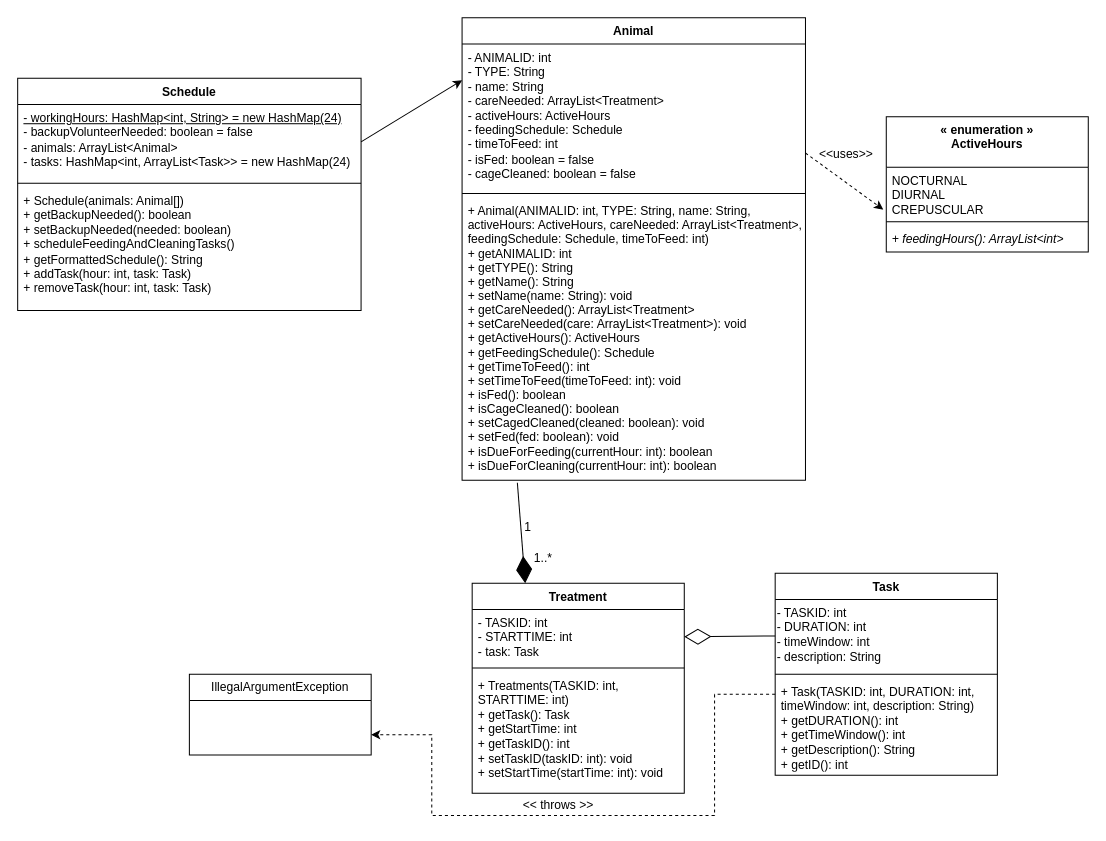
Above: 64.drawio in aryan-karadia/Mock-Schedule-Builder (draw.io), before the change. Source tidied: cells renumbered, new cells numbered last; positions are measured from the earlier drawing's top-left corner, leaving out a move shared by most shapes. Both pictures are drawn from the tidied source at 101%, with x=0, y=0 at pixel (17, 17).
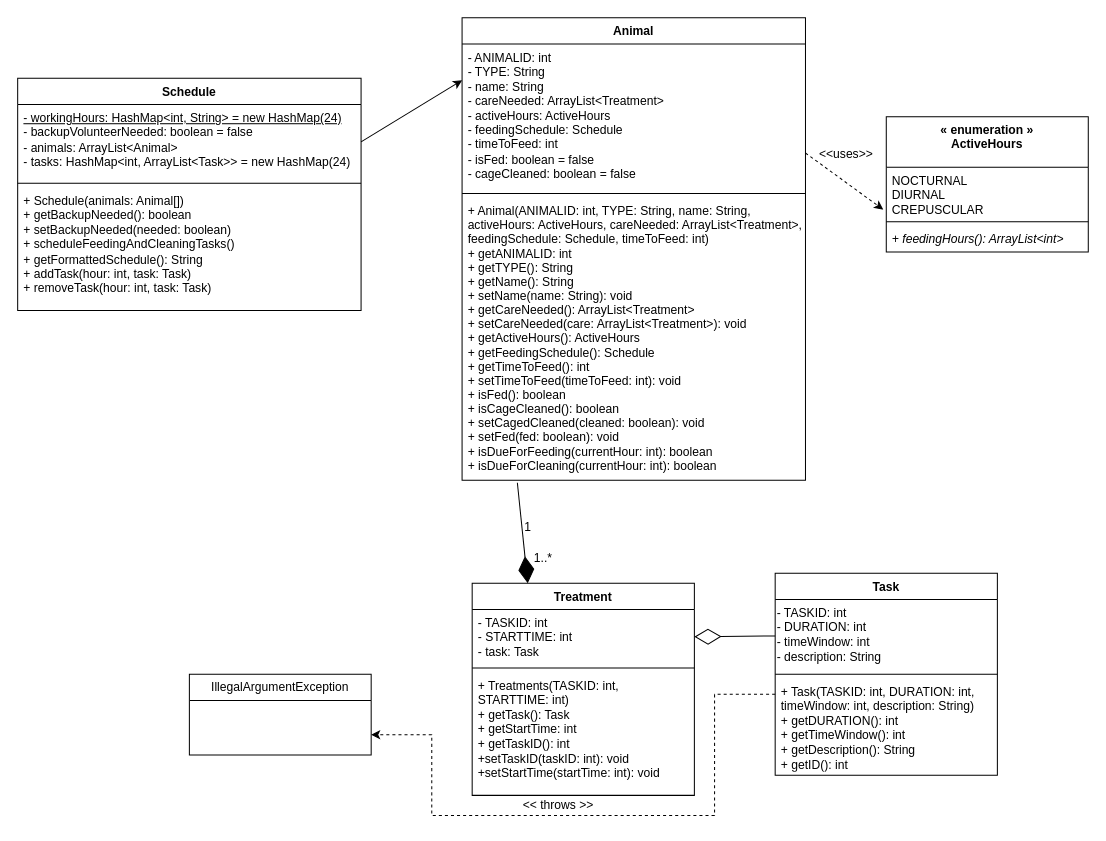
The same page after the edit.

Commit message:
Treatment class: Final setters

Change to the diagram source:
```diff
@@
     <mxCell id="16" value="Treatment" style="swimlane;fontStyle=1;align=center;verticalAlign=top;horizontal=1;startSize=26;whiteSpace=wrap;html=1;" parent="1" vertex="1">
-      <mxGeometry x="450" y="560" width="210" height="208" as="geometry" />
+      <mxGeometry x="450" y="560" width="220" height="210" as="geometry" />
     </mxCell>
     <mxCell id="17" value="- TASKID: int&lt;br&gt;- STARTTIME: int&lt;br&gt;- task: Task" style="text;strokeColor=none;fillColor=none;align=left;verticalAlign=top;spacingLeft=4;spacingRight=4;overflow=hidden;points=[[0,0.5],[1,0.5]];portConstraint=eastwest;whiteSpace=wrap;html=1;" parent="16" vertex="1">
-      <mxGeometry y="26" width="210" height="54" as="geometry" />
+      <mxGeometry y="26" width="220" height="54" as="geometry" />
     </mxCell>
     <mxCell id="18" style="line;strokeWidth=1;fillColor=none;align=left;verticalAlign=middle;spacingTop=-1;spacingLeft=3;spacingRight=3;labelPosition=right;strokeColor=inherit;" parent="16" vertex="1">
-      <mxGeometry y="80" width="210" height="8" as="geometry" />
+      <mxGeometry y="80" width="220" height="8" as="geometry" />
     </mxCell>
-    <mxCell id="19" value="+ Treatments(TASKID: int, STARTTIME: int)&lt;br&gt;+ getTask(): Task&lt;br&gt;+ getStartTime: int&lt;br&gt;+ getTaskID(): int&lt;br&gt;+ setTaskID(taskID: int): void&lt;br&gt;+ setStartTime(startTime: int): void" style="text;strokeColor=none;fillColor=none;align=left;verticalAlign=top;spacingLeft=4;spacingRight=4;overflow=hidden;whiteSpace=wrap;html=1;" parent="16" vertex="1">
-      <mxGeometry y="88" width="210" height="120" as="geometry" />
+    <mxCell id="19" value="+ Treatments(TASKID: int, STARTTIME: int)&lt;br&gt;+ getTask(): Task&lt;br&gt;+ getStartTime: int&lt;br&gt;+ getTaskID(): int&lt;br&gt;+setTaskID(taskID: int): void&lt;br&gt;+setStartTime(startTime: int): void" style="text;strokeColor=none;fillColor=none;align=left;verticalAlign=top;spacingLeft=4;spacingRight=4;overflow=hidden;whiteSpace=wrap;html=1;" parent="16" vertex="1">
+      <mxGeometry y="88" width="220" height="122" as="geometry" />
     </mxCell>
```
